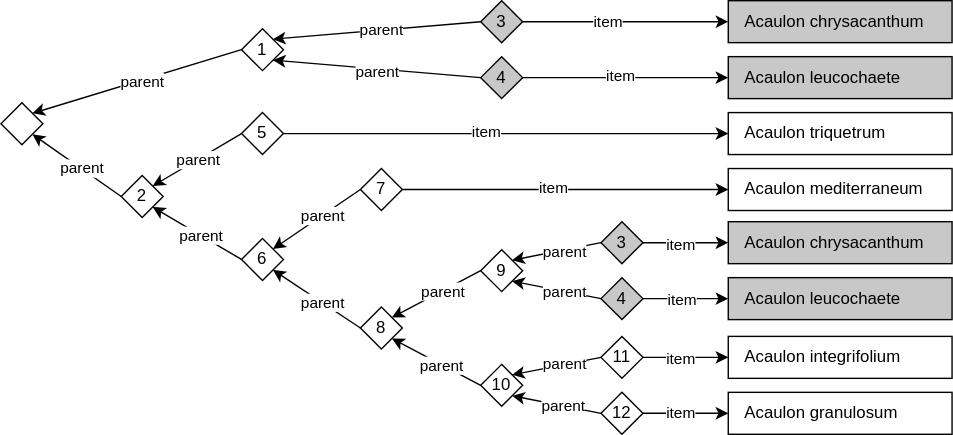
Earlier version of the draw.io export docs/media/graph-reticulation-resolved.drawio.svg (rbgvictoria/keybase_model). Source tidied: cells renumbered, new cells last; positions are measured from the earlier drawing's top-left corner, leaving out a move shared by most shapes. The source it was exported from:
```xml
<mxGraphModel>
  <root>
    <mxCell id="0" />
    <mxCell id="1" parent="0" />
    <mxCell id="2" value="Acaulon chrysacanthum" style="rounded=0;whiteSpace=wrap;html=1;align=left;spacingLeft=10;strokeColor=default;fillColor=#C8C8C8;" parent="1" vertex="1">
      <mxGeometry x="520" width="160" height="30" as="geometry" />
    </mxCell>
    <mxCell id="3" value="Acaulon leucochaete" style="rounded=0;whiteSpace=wrap;html=1;align=left;spacingLeft=10;strokeColor=default;fillColor=#C8C8C8;" parent="1" vertex="1">
      <mxGeometry x="520" y="40" width="160" height="30" as="geometry" />
    </mxCell>
    <mxCell id="4" value="Acaulon triquetrum" style="rounded=0;whiteSpace=wrap;html=1;align=left;spacingLeft=10;strokeColor=default;fillColor=none;" parent="1" vertex="1">
      <mxGeometry x="520" y="80" width="160" height="30" as="geometry" />
    </mxCell>
    <mxCell id="5" value="Acaulon mediterraneum" style="rounded=0;whiteSpace=wrap;html=1;align=left;spacingLeft=10;strokeColor=default;fillColor=none;" parent="1" vertex="1">
      <mxGeometry x="520" y="120" width="160" height="30" as="geometry" />
    </mxCell>
    <mxCell id="6" value="Acaulon integrifolium" style="rounded=0;whiteSpace=wrap;html=1;align=left;spacingLeft=10;strokeColor=default;fillColor=none;" parent="1" vertex="1">
      <mxGeometry x="520" y="240" width="160" height="30" as="geometry" />
    </mxCell>
    <mxCell id="7" value="Acaulon granulosum" style="rounded=0;whiteSpace=wrap;html=1;align=left;spacingLeft=10;strokeColor=default;fillColor=none;" parent="1" vertex="1">
      <mxGeometry x="520" y="280" width="160" height="30" as="geometry" />
    </mxCell>
    <mxCell id="8" value="2" style="rhombus;whiteSpace=wrap;html=1;" parent="1" vertex="1">
      <mxGeometry x="86" y="125" width="30" height="30" as="geometry" />
    </mxCell>
    <mxCell id="9" value="1" style="rhombus;whiteSpace=wrap;html=1;fillColor=none;" parent="1" vertex="1">
      <mxGeometry x="172" y="20" width="30" height="30" as="geometry" />
    </mxCell>
    <mxCell id="10" style="endArrow=classic;html=1;rounded=0;entryX=0;entryY=0.5;entryDx=0;entryDy=0;exitX=1;exitY=0.5;exitDx=0;exitDy=0;" parent="1" edge="1" source="12" target="2">
      <mxGeometry relative="1" as="geometry" />
    </mxCell>
    <mxCell id="11" value="item" style="edgeLabel;html=1;align=center;verticalAlign=middle;" parent="10" vertex="1">
      <mxGeometry y="-1" relative="1" as="geometry">
        <mxPoint x="-13" y="-2" as="offset" />
      </mxGeometry>
    </mxCell>
    <mxCell id="12" value="3" style="rhombus;whiteSpace=wrap;html=1;fillColor=#C8C8C8;" parent="1" vertex="1">
      <mxGeometry x="343" width="30" height="30" as="geometry" />
    </mxCell>
    <mxCell id="13" value="4" style="rhombus;whiteSpace=wrap;html=1;fillColor=#C8C8C8;" parent="1" vertex="1">
      <mxGeometry x="343" y="40" width="30" height="30" as="geometry" />
    </mxCell>
    <mxCell id="14" style="endArrow=classic;html=1;rounded=0;entryX=1;entryY=1;entryDx=0;entryDy=0;exitX=0;exitY=0.5;exitDx=0;exitDy=0;" parent="1" edge="1" source="13" target="9">
      <mxGeometry relative="1" as="geometry" />
    </mxCell>
    <mxCell id="15" value="parent" style="edgeLabel;html=1;align=center;verticalAlign=middle;" parent="14" vertex="1">
      <mxGeometry x="0.04" y="-1" relative="1" as="geometry">
        <mxPoint x="3" y="3" as="offset" />
      </mxGeometry>
    </mxCell>
    <mxCell id="16" style="endArrow=classic;html=1;rounded=0;exitX=0;exitY=0.5;exitDx=0;exitDy=0;entryX=1;entryY=0;entryDx=0;entryDy=0;" parent="1" edge="1" source="12" target="9">
      <mxGeometry relative="1" as="geometry" />
    </mxCell>
    <mxCell id="17" value="parent" style="edgeLabel;html=1;align=center;verticalAlign=middle;" parent="16" vertex="1">
      <mxGeometry x="-0.02" y="1" relative="1" as="geometry">
        <mxPoint x="1" y="-2" as="offset" />
      </mxGeometry>
    </mxCell>
    <mxCell id="18" value="5" style="rhombus;whiteSpace=wrap;html=1;" parent="1" vertex="1">
      <mxGeometry x="172" y="80" width="30" height="30" as="geometry" />
    </mxCell>
    <mxCell id="19" value="6" style="rhombus;whiteSpace=wrap;html=1;" parent="1" vertex="1">
      <mxGeometry x="172" y="170" width="30" height="30" as="geometry" />
    </mxCell>
    <mxCell id="20" style="endArrow=classic;html=1;rounded=0;exitX=0;exitY=0.5;exitDx=0;exitDy=0;entryX=1;entryY=0;entryDx=0;entryDy=0;" parent="1" edge="1" source="18" target="8">
      <mxGeometry relative="1" as="geometry" />
    </mxCell>
    <mxCell id="21" value="parent" style="edgeLabel;html=1;align=center;verticalAlign=middle;" parent="20" vertex="1">
      <mxGeometry x="-0.09" y="1" relative="1" as="geometry">
        <mxPoint x="-3" as="offset" />
      </mxGeometry>
    </mxCell>
    <mxCell id="22" style="endArrow=classic;html=1;rounded=0;exitX=0;exitY=0.5;exitDx=0;exitDy=0;entryX=1;entryY=1;entryDx=0;entryDy=0;" parent="1" edge="1" source="19" target="8">
      <mxGeometry relative="1" as="geometry" />
    </mxCell>
    <mxCell id="23" value="parent" style="edgeLabel;html=1;align=center;verticalAlign=middle;" parent="22" vertex="1">
      <mxGeometry x="-0.01" y="1" relative="1" as="geometry">
        <mxPoint x="3" as="offset" />
      </mxGeometry>
    </mxCell>
    <mxCell id="24" style="endArrow=classic;html=1;rounded=0;entryX=0;entryY=0.5;entryDx=0;entryDy=0;exitX=1;exitY=0.5;exitDx=0;exitDy=0;" parent="1" edge="1" source="13" target="3">
      <mxGeometry relative="1" as="geometry" />
    </mxCell>
    <mxCell id="25" value="item" style="edgeLabel;html=1;align=center;verticalAlign=middle;" parent="24" vertex="1">
      <mxGeometry x="-0.09" y="-1" relative="1" as="geometry">
        <mxPoint x="2" y="-3" as="offset" />
      </mxGeometry>
    </mxCell>
    <mxCell id="26" style="endArrow=classic;html=1;rounded=0;entryX=0;entryY=0.5;entryDx=0;entryDy=0;exitX=1;exitY=0.5;exitDx=0;exitDy=0;" parent="1" edge="1" source="18" target="4">
      <mxGeometry relative="1" as="geometry" />
    </mxCell>
    <mxCell id="27" value="item" style="edgeLabel;html=1;align=center;verticalAlign=middle;" parent="26" vertex="1">
      <mxGeometry x="-0.2" relative="1" as="geometry">
        <mxPoint x="17" y="-2" as="offset" />
      </mxGeometry>
    </mxCell>
    <mxCell id="28" value="7" style="rhombus;whiteSpace=wrap;html=1;" parent="1" vertex="1">
      <mxGeometry x="257" y="120" width="30" height="30" as="geometry" />
    </mxCell>
    <mxCell id="29" value="8" style="rhombus;whiteSpace=wrap;html=1;" parent="1" vertex="1">
      <mxGeometry x="257" y="219" width="30" height="30" as="geometry" />
    </mxCell>
    <mxCell id="30" style="endArrow=classic;html=1;rounded=0;exitX=0;exitY=0.5;exitDx=0;exitDy=0;entryX=1;entryY=0;entryDx=0;entryDy=0;" parent="1" edge="1" source="28" target="19">
      <mxGeometry relative="1" as="geometry" />
    </mxCell>
    <mxCell id="31" value="parent" style="edgeLabel;html=1;align=center;verticalAlign=middle;" parent="30" vertex="1">
      <mxGeometry x="-0.13" relative="1" as="geometry" />
    </mxCell>
    <mxCell id="32" style="endArrow=classic;html=1;rounded=0;exitX=0;exitY=0.5;exitDx=0;exitDy=0;entryX=1;entryY=1;entryDx=0;entryDy=0;" parent="1" edge="1" source="29" target="19">
      <mxGeometry relative="1" as="geometry" />
    </mxCell>
    <mxCell id="33" value="parent" style="edgeLabel;html=1;align=center;verticalAlign=middle;" parent="32" vertex="1">
      <mxGeometry x="-0.11" relative="1" as="geometry" />
    </mxCell>
    <mxCell id="34" style="endArrow=classic;html=1;rounded=0;entryX=0;entryY=0.5;entryDx=0;entryDy=0;exitX=1;exitY=0.5;exitDx=0;exitDy=0;" parent="1" edge="1" source="28" target="5">
      <mxGeometry relative="1" as="geometry" />
    </mxCell>
    <mxCell id="35" value="item" style="edgeLabel;html=1;align=center;verticalAlign=middle;" parent="34" vertex="1">
      <mxGeometry x="-0.13" y="-1" relative="1" as="geometry">
        <mxPoint x="6" y="-3" as="offset" />
      </mxGeometry>
    </mxCell>
    <mxCell id="36" value="10" style="rhombus;whiteSpace=wrap;html=1;" parent="1" vertex="1">
      <mxGeometry x="343" y="260" width="30" height="30" as="geometry" />
    </mxCell>
    <mxCell id="37" value="9" style="rhombus;whiteSpace=wrap;html=1;fillColor=none;" parent="1" vertex="1">
      <mxGeometry x="343" y="178" width="30" height="30" as="geometry" />
    </mxCell>
    <mxCell id="38" style="endArrow=classic;html=1;rounded=0;exitX=0;exitY=0.5;exitDx=0;exitDy=0;entryX=1;entryY=0;entryDx=0;entryDy=0;" parent="1" edge="1" source="37" target="29">
      <mxGeometry relative="1" as="geometry" />
    </mxCell>
    <mxCell id="39" value="parent" style="edgeLabel;html=1;align=center;verticalAlign=middle;" parent="38" vertex="1">
      <mxGeometry x="-0.11" relative="1" as="geometry">
        <mxPoint x="1" as="offset" />
      </mxGeometry>
    </mxCell>
    <mxCell id="40" style="endArrow=classic;html=1;rounded=0;exitX=0;exitY=0.5;exitDx=0;exitDy=0;entryX=1;entryY=1;entryDx=0;entryDy=0;" parent="1" edge="1" source="36" target="29">
      <mxGeometry relative="1" as="geometry" />
    </mxCell>
    <mxCell id="41" value="parent" style="edgeLabel;html=1;align=center;verticalAlign=middle;" parent="40" vertex="1">
      <mxGeometry x="-0.09" y="1" relative="1" as="geometry">
        <mxPoint x="1" as="offset" />
      </mxGeometry>
    </mxCell>
    <mxCell id="42" style="rhombus;whiteSpace=wrap;html=1;" parent="1" vertex="1">
      <mxGeometry y="73" width="30" height="30" as="geometry" />
    </mxCell>
    <mxCell id="43" style="endArrow=classic;html=1;rounded=0;entryX=1;entryY=0;entryDx=0;entryDy=0;exitX=0;exitY=0.5;exitDx=0;exitDy=0;" parent="1" edge="1" source="9" target="42">
      <mxGeometry relative="1" as="geometry" />
    </mxCell>
    <mxCell id="44" value="parent" style="edgeLabel;html=1;align=center;verticalAlign=middle;" parent="43" vertex="1">
      <mxGeometry x="-0.01" relative="1" as="geometry">
        <mxPoint x="2" as="offset" />
      </mxGeometry>
    </mxCell>
    <mxCell id="45" style="endArrow=classic;html=1;rounded=0;entryX=1;entryY=1;entryDx=0;entryDy=0;exitX=0;exitY=0.5;exitDx=0;exitDy=0;" parent="1" edge="1" source="8" target="42">
      <mxGeometry relative="1" as="geometry" />
    </mxCell>
    <mxCell id="46" value="parent" style="edgeLabel;html=1;align=center;verticalAlign=middle;" parent="45" vertex="1">
      <mxGeometry x="-0.09" relative="1" as="geometry" />
    </mxCell>
    <mxCell id="47" value="Acaulon leucochaete" style="rounded=0;whiteSpace=wrap;html=1;align=left;spacingLeft=10;strokeColor=default;fillColor=#C8C8C8;" parent="1" vertex="1">
      <mxGeometry x="520" y="198" width="160" height="30" as="geometry" />
    </mxCell>
    <mxCell id="48" value="Acaulon chrysacanthum" style="rounded=0;whiteSpace=wrap;html=1;align=left;spacingLeft=10;strokeColor=default;fillColor=#C8C8C8;" parent="1" vertex="1">
      <mxGeometry x="520" y="158" width="160" height="30" as="geometry" />
    </mxCell>
    <mxCell id="49" value="11" style="rhombus;whiteSpace=wrap;html=1;" parent="1" vertex="1">
      <mxGeometry x="429" y="240" width="30" height="30" as="geometry" />
    </mxCell>
    <mxCell id="50" value="12" style="rhombus;whiteSpace=wrap;html=1;" parent="1" vertex="1">
      <mxGeometry x="429" y="280" width="30" height="30" as="geometry" />
    </mxCell>
    <mxCell id="51" value="3" style="rhombus;whiteSpace=wrap;html=1;fillColor=#C8C8C8;" parent="1" vertex="1">
      <mxGeometry x="429" y="158" width="30" height="30" as="geometry" />
    </mxCell>
    <mxCell id="52" value="4" style="rhombus;whiteSpace=wrap;html=1;fillColor=#C8C8C8;" parent="1" vertex="1">
      <mxGeometry x="429" y="198" width="30" height="30" as="geometry" />
    </mxCell>
    <mxCell id="53" style="endArrow=classic;html=1;rounded=0;exitX=0;exitY=0.5;exitDx=0;exitDy=0;entryX=1;entryY=0;entryDx=0;entryDy=0;" parent="1" edge="1" source="51" target="37">
      <mxGeometry relative="1" as="geometry" />
    </mxCell>
    <mxCell id="54" value="parent" style="edgeLabel;html=1;align=center;verticalAlign=middle;" parent="53" vertex="1">
      <mxGeometry x="-0.08" y="1" relative="1" as="geometry">
        <mxPoint x="3" as="offset" />
      </mxGeometry>
    </mxCell>
    <mxCell id="55" style="endArrow=classic;html=1;rounded=0;entryX=0;entryY=0.5;entryDx=0;entryDy=0;exitX=1;exitY=0.5;exitDx=0;exitDy=0;" parent="1" edge="1" source="51" target="48">
      <mxGeometry relative="1" as="geometry" />
    </mxCell>
    <mxCell id="56" value="item" style="edgeLabel;html=1;align=center;verticalAlign=middle;" parent="55" vertex="1">
      <mxGeometry x="-0.18" y="-1" relative="1" as="geometry">
        <mxPoint x="1" as="offset" />
      </mxGeometry>
    </mxCell>
    <mxCell id="57" style="endArrow=classic;html=1;rounded=0;entryX=0;entryY=0.5;entryDx=0;entryDy=0;exitX=1;exitY=0.5;exitDx=0;exitDy=0;" parent="1" edge="1" source="52" target="47">
      <mxGeometry relative="1" as="geometry" />
    </mxCell>
    <mxCell id="58" value="item" style="edgeLabel;html=1;align=center;verticalAlign=middle;" parent="57" vertex="1">
      <mxGeometry x="-0.11" relative="1" as="geometry" />
    </mxCell>
    <mxCell id="59" style="endArrow=classic;html=1;rounded=0;exitX=0;exitY=0.5;exitDx=0;exitDy=0;entryX=1;entryY=1;entryDx=0;entryDy=0;" parent="1" edge="1" source="52" target="37">
      <mxGeometry relative="1" as="geometry" />
    </mxCell>
    <mxCell id="60" value="parent" style="edgeLabel;html=1;align=center;verticalAlign=middle;" parent="59" vertex="1">
      <mxGeometry x="-0.12" y="1" relative="1" as="geometry">
        <mxPoint x="1" y="-1" as="offset" />
      </mxGeometry>
    </mxCell>
    <mxCell id="61" style="endArrow=classic;html=1;rounded=0;exitX=0;exitY=0.5;exitDx=0;exitDy=0;entryX=1;entryY=0;entryDx=0;entryDy=0;" parent="1" edge="1" source="49" target="36">
      <mxGeometry relative="1" as="geometry" />
    </mxCell>
    <mxCell id="62" value="parent" style="edgeLabel;html=1;align=center;verticalAlign=middle;" parent="61" vertex="1">
      <mxGeometry x="-0.08" relative="1" as="geometry">
        <mxPoint x="3" y="-1" as="offset" />
      </mxGeometry>
    </mxCell>
    <mxCell id="63" style="endArrow=classic;html=1;rounded=0;exitX=0;exitY=0.5;exitDx=0;exitDy=0;entryX=1;entryY=1;entryDx=0;entryDy=0;" parent="1" edge="1" source="50" target="36">
      <mxGeometry relative="1" as="geometry" />
    </mxCell>
    <mxCell id="64" value="parent" style="edgeLabel;html=1;align=center;verticalAlign=middle;" parent="63" vertex="1">
      <mxGeometry x="-0.12" relative="1" as="geometry">
        <mxPoint x="1" as="offset" />
      </mxGeometry>
    </mxCell>
    <mxCell id="65" style="endArrow=classic;html=1;rounded=0;exitX=1;exitY=0.5;exitDx=0;exitDy=0;entryX=0;entryY=0.5;entryDx=0;entryDy=0;" parent="1" edge="1" source="49" target="6">
      <mxGeometry relative="1" as="geometry" />
    </mxCell>
    <mxCell id="66" value="item" style="edgeLabel;html=1;align=center;verticalAlign=middle;" parent="65" vertex="1">
      <mxGeometry x="-0.15" relative="1" as="geometry" />
    </mxCell>
    <mxCell id="67" style="endArrow=classic;html=1;rounded=0;entryX=0;entryY=0.5;entryDx=0;entryDy=0;exitX=1;exitY=0.5;exitDx=0;exitDy=0;" parent="1" edge="1" source="50" target="7">
      <mxGeometry relative="1" as="geometry" />
    </mxCell>
    <mxCell id="68" value="item" style="edgeLabel;html=1;align=center;verticalAlign=middle;" parent="67" vertex="1">
      <mxGeometry x="-0.15" y="1" relative="1" as="geometry" />
    </mxCell>
  </root>
</mxGraphModel>
```
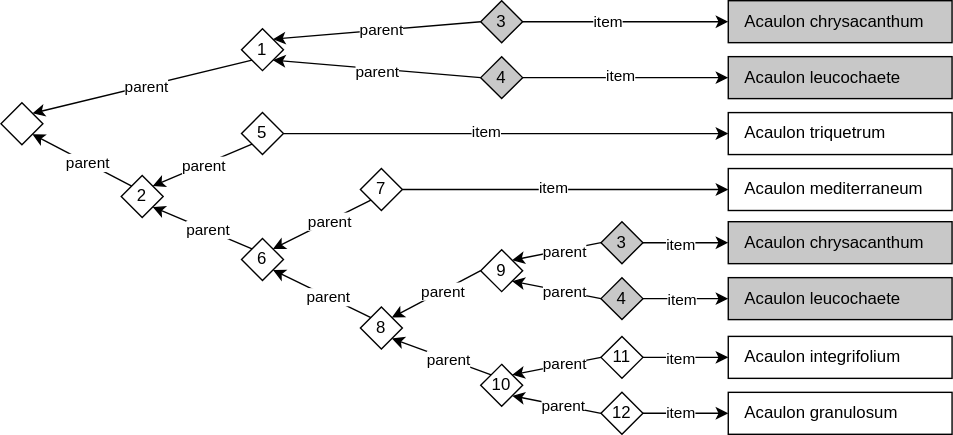
After the change.

Diff of the diagram source:
```diff
@@ -62,7 +62,7 @@
     <mxCell id="19" value="6" style="rhombus;whiteSpace=wrap;html=1;" parent="1" vertex="1">
       <mxGeometry x="172" y="170" width="30" height="30" as="geometry" />
     </mxCell>
-    <mxCell id="20" style="endArrow=classic;html=1;rounded=0;exitX=0;exitY=0.5;exitDx=0;exitDy=0;entryX=1;entryY=0;entryDx=0;entryDy=0;" parent="1" edge="1" source="18" target="8">
+    <mxCell id="20" style="endArrow=classic;html=1;rounded=0;exitX=0;exitY=1;exitDx=0;exitDy=0;entryX=1;entryY=0;entryDx=0;entryDy=0;" parent="1" edge="1" source="18" target="8">
       <mxGeometry relative="1" as="geometry" />
     </mxCell>
     <mxCell id="21" value="parent" style="edgeLabel;html=1;align=center;verticalAlign=middle;" parent="20" vertex="1">
@@ -70,7 +70,7 @@
         <mxPoint x="-3" as="offset" />
       </mxGeometry>
     </mxCell>
-    <mxCell id="22" style="endArrow=classic;html=1;rounded=0;exitX=0;exitY=0.5;exitDx=0;exitDy=0;entryX=1;entryY=1;entryDx=0;entryDy=0;" parent="1" edge="1" source="19" target="8">
+    <mxCell id="22" style="endArrow=classic;html=1;rounded=0;exitX=0;exitY=0;exitDx=0;exitDy=0;entryX=1;entryY=1;entryDx=0;entryDy=0;" parent="1" edge="1" source="19" target="8">
       <mxGeometry relative="1" as="geometry" />
     </mxCell>
     <mxCell id="23" value="parent" style="edgeLabel;html=1;align=center;verticalAlign=middle;" parent="22" vertex="1">
@@ -100,13 +100,13 @@
     <mxCell id="29" value="8" style="rhombus;whiteSpace=wrap;html=1;" parent="1" vertex="1">
       <mxGeometry x="257" y="219" width="30" height="30" as="geometry" />
     </mxCell>
-    <mxCell id="30" style="endArrow=classic;html=1;rounded=0;exitX=0;exitY=0.5;exitDx=0;exitDy=0;entryX=1;entryY=0;entryDx=0;entryDy=0;" parent="1" edge="1" source="28" target="19">
+    <mxCell id="30" style="endArrow=classic;html=1;rounded=0;exitX=0;exitY=1;exitDx=0;exitDy=0;entryX=1;entryY=0;entryDx=0;entryDy=0;" parent="1" edge="1" source="28" target="19">
       <mxGeometry relative="1" as="geometry" />
     </mxCell>
     <mxCell id="31" value="parent" style="edgeLabel;html=1;align=center;verticalAlign=middle;" parent="30" vertex="1">
       <mxGeometry x="-0.13" relative="1" as="geometry" />
     </mxCell>
-    <mxCell id="32" style="endArrow=classic;html=1;rounded=0;exitX=0;exitY=0.5;exitDx=0;exitDy=0;entryX=1;entryY=1;entryDx=0;entryDy=0;" parent="1" edge="1" source="29" target="19">
+    <mxCell id="32" style="endArrow=classic;html=1;rounded=0;exitX=0;exitY=0;exitDx=0;exitDy=0;entryX=1;entryY=1;entryDx=0;entryDy=0;" parent="1" edge="1" source="29" target="19">
       <mxGeometry relative="1" as="geometry" />
     </mxCell>
     <mxCell id="33" value="parent" style="edgeLabel;html=1;align=center;verticalAlign=middle;" parent="32" vertex="1">
@@ -134,7 +134,7 @@
         <mxPoint x="1" as="offset" />
       </mxGeometry>
     </mxCell>
-    <mxCell id="40" style="endArrow=classic;html=1;rounded=0;exitX=0;exitY=0.5;exitDx=0;exitDy=0;entryX=1;entryY=1;entryDx=0;entryDy=0;" parent="1" edge="1" source="36" target="29">
+    <mxCell id="40" style="endArrow=classic;html=1;rounded=0;exitX=0;exitY=0;exitDx=0;exitDy=0;entryX=1;entryY=1;entryDx=0;entryDy=0;" parent="1" edge="1" source="36" target="29">
       <mxGeometry relative="1" as="geometry" />
     </mxCell>
     <mxCell id="41" value="parent" style="edgeLabel;html=1;align=center;verticalAlign=middle;" parent="40" vertex="1">
@@ -145,7 +145,7 @@
     <mxCell id="42" style="rhombus;whiteSpace=wrap;html=1;" parent="1" vertex="1">
       <mxGeometry y="73" width="30" height="30" as="geometry" />
     </mxCell>
-    <mxCell id="43" style="endArrow=classic;html=1;rounded=0;entryX=1;entryY=0;entryDx=0;entryDy=0;exitX=0;exitY=0.5;exitDx=0;exitDy=0;" parent="1" edge="1" source="9" target="42">
+    <mxCell id="43" style="endArrow=classic;html=1;rounded=0;entryX=1;entryY=0;entryDx=0;entryDy=0;exitX=0;exitY=1;exitDx=0;exitDy=0;" parent="1" edge="1" source="9" target="42">
       <mxGeometry relative="1" as="geometry" />
     </mxCell>
     <mxCell id="44" value="parent" style="edgeLabel;html=1;align=center;verticalAlign=middle;" parent="43" vertex="1">
@@ -153,7 +153,7 @@
         <mxPoint x="2" as="offset" />
       </mxGeometry>
     </mxCell>
-    <mxCell id="45" style="endArrow=classic;html=1;rounded=0;entryX=1;entryY=1;entryDx=0;entryDy=0;exitX=0;exitY=0.5;exitDx=0;exitDy=0;" parent="1" edge="1" source="8" target="42">
+    <mxCell id="45" style="endArrow=classic;html=1;rounded=0;entryX=1;entryY=1;entryDx=0;entryDy=0;exitX=0;exitY=0;exitDx=0;exitDy=0;" parent="1" edge="1" source="8" target="42">
       <mxGeometry relative="1" as="geometry" />
     </mxCell>
     <mxCell id="46" value="parent" style="edgeLabel;html=1;align=center;verticalAlign=middle;" parent="45" vertex="1">
```
